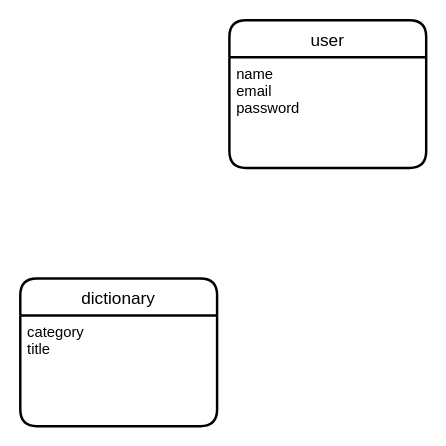
Above: dictionary.dio in yusuke-k-03/my_dictionary (draw.io), before the change. Source tidied: cells renumbered, new cells numbered last; positions are measured from the earlier drawing's top-left corner, leaving out a move shared by most shapes. Both pictures are drawn from the tidied source at 123%, with x=0, y=0 at pixel (20, 20).
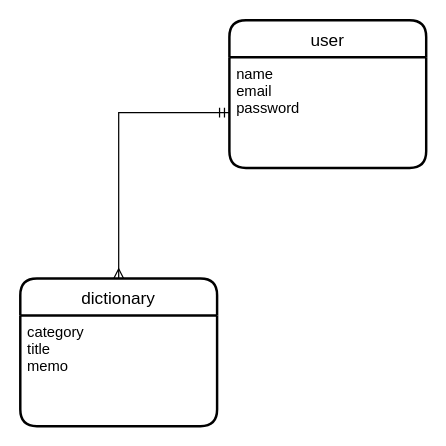
The same page after the edit.

The edit, as a diff of the source:
```diff
@@
 <mxGraphModel>
   <root>
     <mxCell id="0" />
     <mxCell id="1" parent="0" />
     <mxCell id="2" value="user" style="swimlane;horizontal=1;startSize=30;rounded=1;fontSize=14;fontStyle=0;strokeWidth=2;shadow=0;dashed=0;align=center;" parent="1" vertex="1">
       <mxGeometry x="170" width="160" height="120" as="geometry" />
     </mxCell>
     <mxCell id="3" value="name&#10;email&#10;password" style="align=left;strokeColor=none;fillColor=none;spacingLeft=4;fontSize=12;verticalAlign=top;" parent="2" vertex="1">
       <mxGeometry y="30" width="160" height="90" as="geometry" />
     </mxCell>
     <mxCell id="4" value="dictionary" style="swimlane;horizontal=1;startSize=30;rounded=1;fontSize=14;fontStyle=0;strokeWidth=2;shadow=0;dashed=0;align=center;" parent="1" vertex="1">
       <mxGeometry y="210" width="160" height="120" as="geometry" />
     </mxCell>
-    <mxCell id="5" value="category&#10;title&#10;" style="align=left;strokeColor=none;fillColor=none;spacingLeft=4;fontSize=12;verticalAlign=top;" parent="4" vertex="1">
+    <mxCell id="5" value="category&#10;title&#10;memo&#10;&#10;" style="align=left;strokeColor=none;fillColor=none;spacingLeft=4;fontSize=12;verticalAlign=top;" parent="4" vertex="1">
       <mxGeometry y="30" width="160" height="90" as="geometry" />
     </mxCell>
+    <mxCell id="6" style="edgeStyle=orthogonalEdgeStyle;rounded=0;jettySize=auto;html=1;exitX=0;exitY=0.5;exitDx=0;exitDy=0;entryX=0.5;entryY=0;entryDx=0;entryDy=0;endArrow=ERmany;endFill=0;startArrow=ERmandOne;startFill=0;" parent="1" edge="1" source="3" target="4">
+      <mxGeometry relative="1" as="geometry" />
+    </mxCell>
   </root>
 </mxGraphModel>
```
